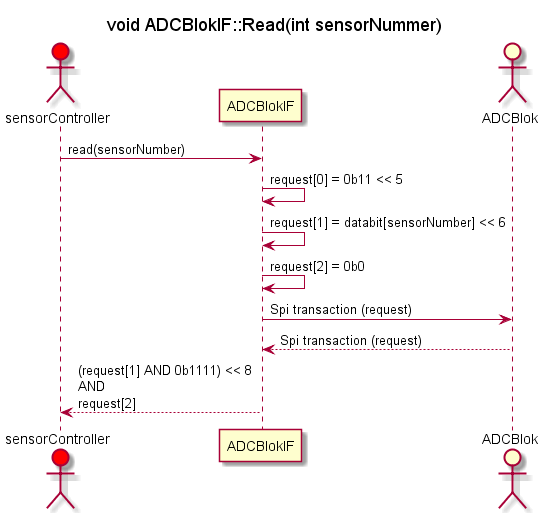
Solvgraa-mager/E4PRJ4 keeps this PlantUML diagram as Design/SE/SensorController/Software/Klasser/ADCBlok/ADCBlokRead/ADCBlokRead.png. Above is the earlier version.
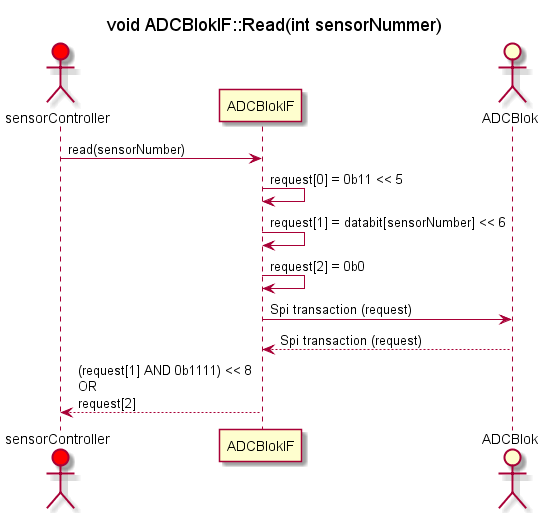
After the commit.

The edit, as a diff of the source:
```diff
@@ -13,6 +13,6 @@
 ADCIF -> ADCIF : request[2] = 0b0
 ADCIF -> ADC : Spi transaction (request)
 ADC --> ADCIF : Spi transaction (request)
-ADCIF --> SC : (request[1] AND 0b1111) << 8 \nAND \nrequest[2]
+ADCIF --> SC : (request[1] AND 0b1111) << 8 \nOR \nrequest[2]
 
 @enduml
```
